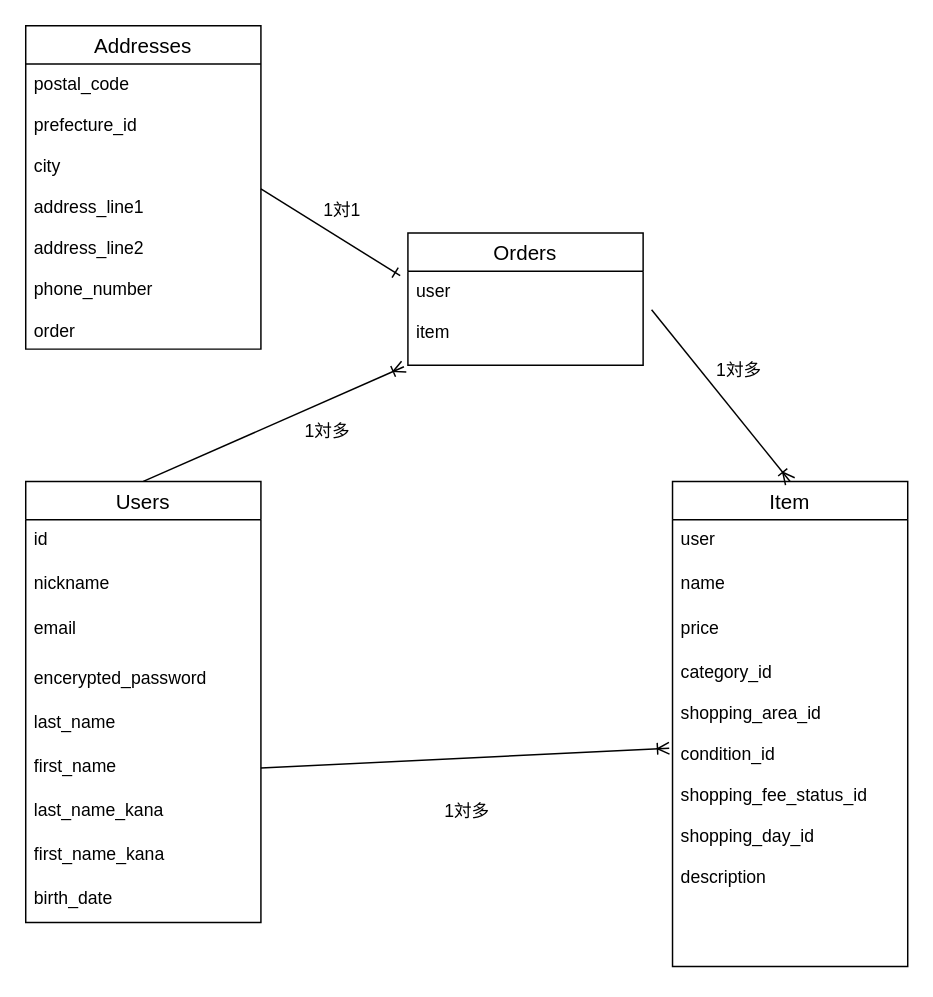
kphayato/furima-41459 keeps this draw.io diagram as test.dio. Above is the earlier version. Source tidied: cells renumbered, new cells numbered last; positions are measured from the earlier drawing's top-left corner, leaving out a move shared by most shapes. Both pictures are drawn from the tidied source at 147%, with x=0, y=0 at pixel (25, 25).
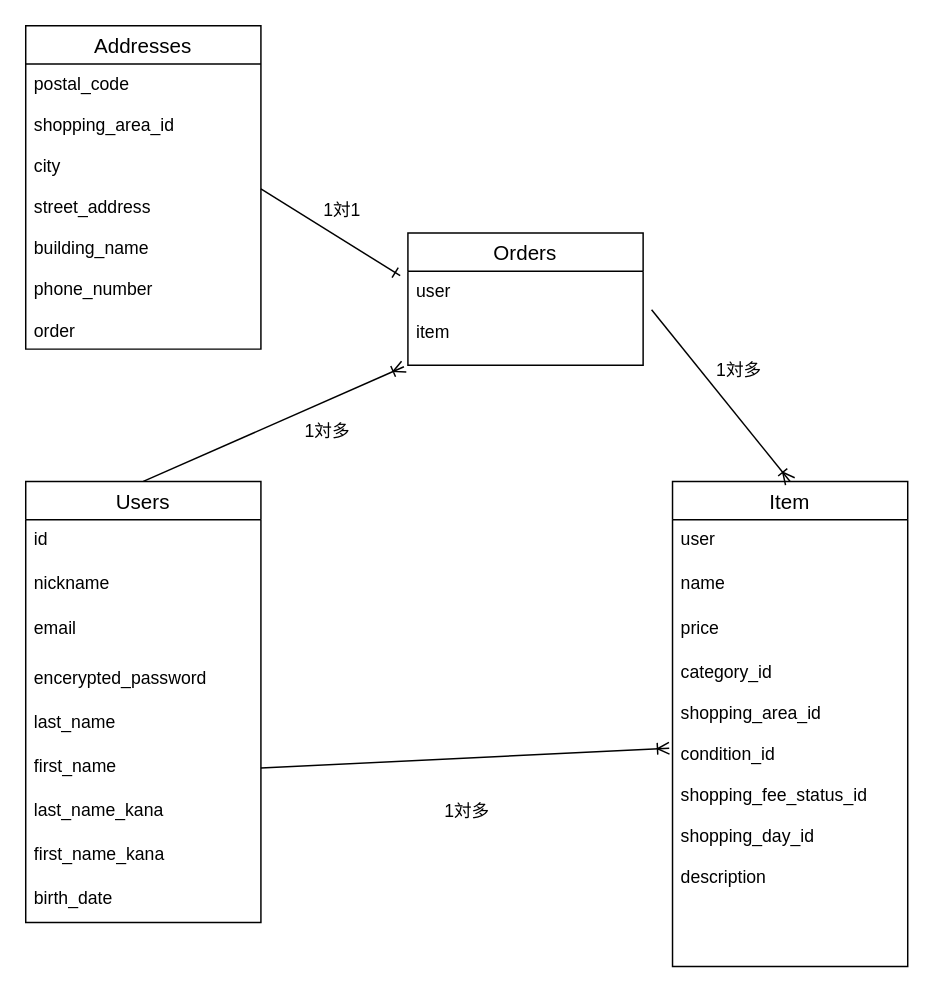
Above is the later version.

Commit message (it also covers changes not shown here):
データベース設計の修正

prefecture_idカラム名の変更、address_line1、2の修正

Unchanged cells that the change refers to:
```xml
<mxCell id="25" value="Addresses" style="swimlane;fontStyle=0;horizontal=1;startSize=26;align=center;fontSize=14;" parent="1" vertex="1">
  <mxGeometry width="160" height="220" as="geometry" />
</mxCell>
```

What changed in the source:
```diff
@@
-    <mxCell id="26" value="postal_code&#10;&#10;prefecture_id&#10;&#10;city&#10;&#10;address_line1&#10;&#10;address_line2&#10;&#10;phone_number&#10;&#10;order" style="text;strokeColor=none;fillColor=none;spacingLeft=4;spacingRight=4;overflow=hidden;fontSize=12;" parent="25" vertex="1">
+    <mxCell id="26" value="postal_code&#10;&#10;shopping_area_id&#10;&#10;city&#10;&#10;street_address&#10;&#10;building_name&#10;&#10;phone_number&#10;&#10;order" style="text;strokeColor=none;fillColor=none;spacingLeft=4;spacingRight=4;overflow=hidden;fontSize=12;" parent="25" vertex="1">
       <mxGeometry y="26" width="160" height="194" as="geometry" />
     </mxCell>
```
